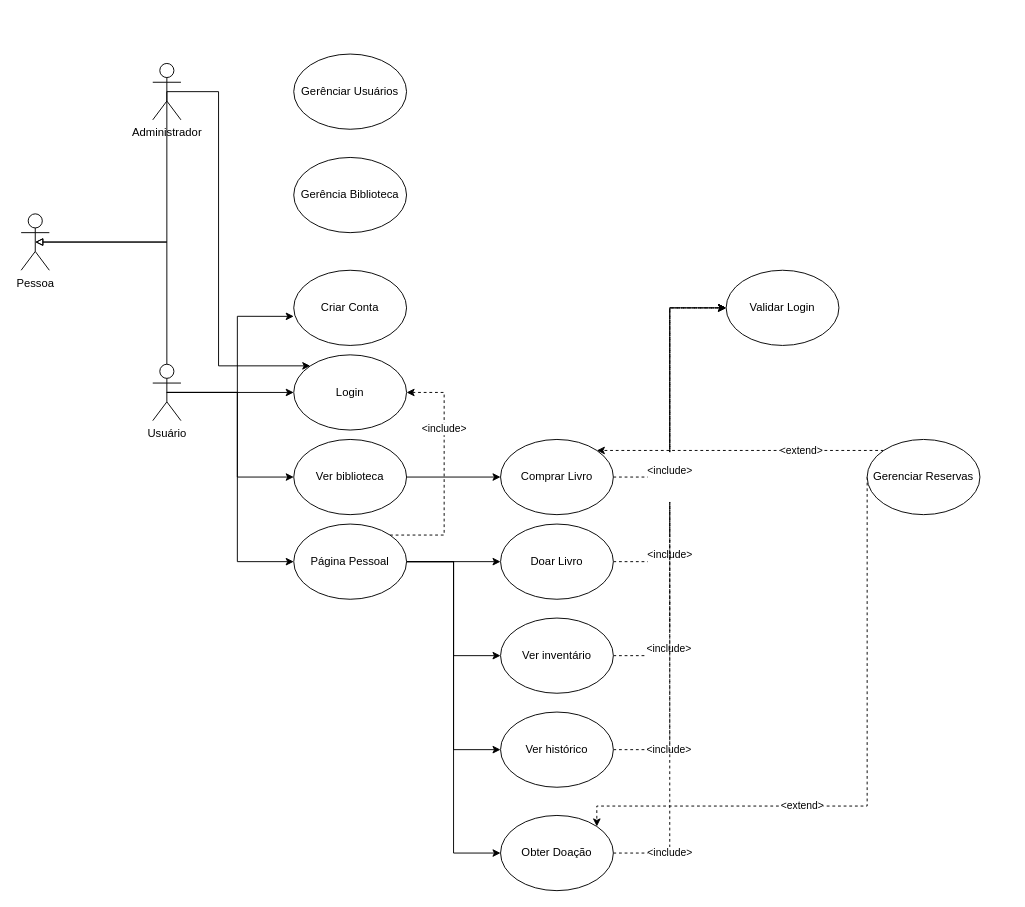
Earlier version of the draw.io diagram Diagrama sem nome.drawio (lucaspercisi/UFFS). Source tidied: cells renumbered, new cells numbered last; positions are measured from the earlier drawing's top-left corner, leaving out a move shared by most shapes. Both pictures are drawn from the tidied source at 94%, with x=0, y=0 at pixel (21, 54).
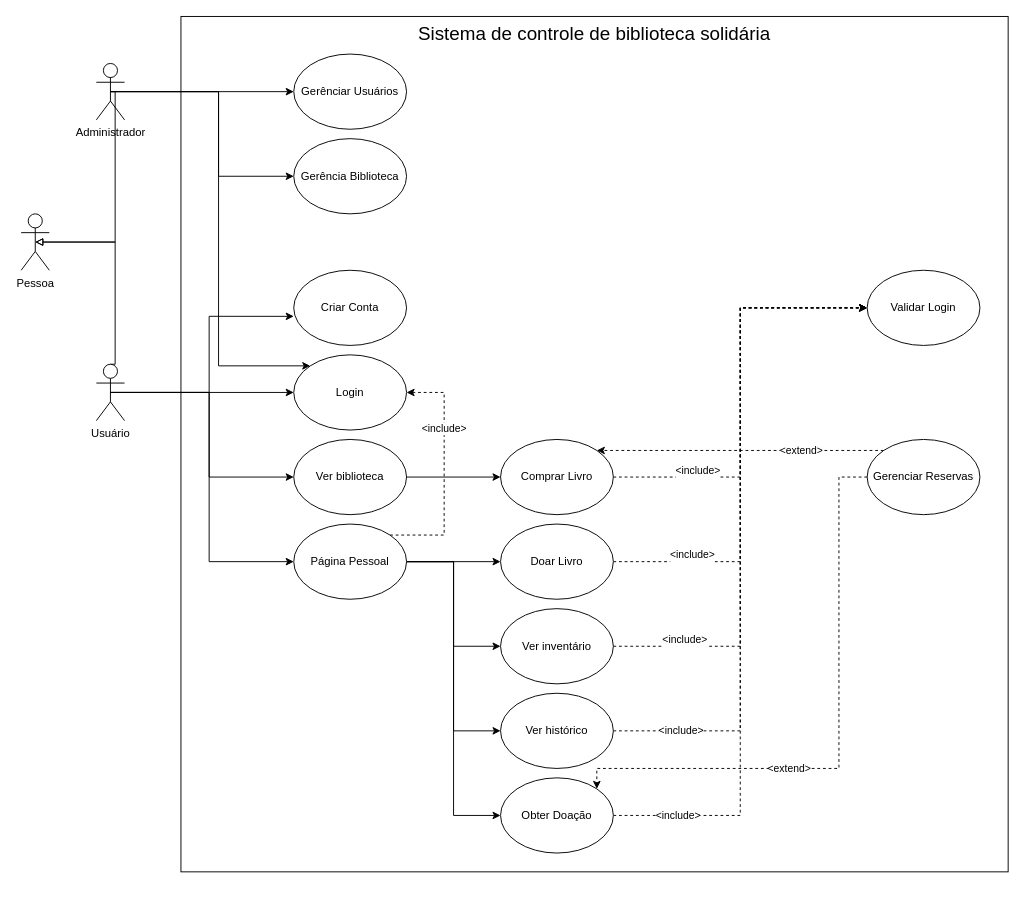
The same page after the edit.

Commit message:
Primeira conclusão

Unchanged cells that the change refers to:
```xml
<mxCell id="32" value="Gerenciar Reservas" style="ellipse;whiteSpace=wrap;html=1;" parent="1" vertex="1">
  <mxGeometry x="900" y="410" width="120" height="80" as="geometry" />
</mxCell>
<mxCell id="36" value="Pessoa" style="shape=umlActor;verticalLabelPosition=bottom;verticalAlign=top;html=1;outlineConnect=0;" parent="1" vertex="1">
  <mxGeometry y="170" width="30" height="60" as="geometry" />
</mxCell>
<mxCell id="38" value="Gerênciar Usuários" style="ellipse;whiteSpace=wrap;html=1;" parent="1" vertex="1">
  <mxGeometry x="290" width="120" height="80" as="geometry" />
</mxCell>
```

Change to the diagram source:
```diff
@@
     <mxCell id="6" style="edgeStyle=orthogonalEdgeStyle;rounded=0;jettySize=auto;html=1;exitX=0.5;exitY=0;exitDx=0;exitDy=0;exitPerimeter=0;entryX=0.5;entryY=0.5;entryDx=0;entryDy=0;entryPerimeter=0;endArrow=block;endFill=0;" parent="1" edge="1" source="7" target="36">
       <mxGeometry relative="1" as="geometry">
         <Array as="points">
-          <mxPoint x="155" y="200" />
+          <mxPoint x="100" y="330" />
+          <mxPoint x="100" y="200" />
         </Array>
       </mxGeometry>
     </mxCell>
     <mxCell id="7" value="Usuário" style="shape=umlActor;verticalLabelPosition=bottom;verticalAlign=top;html=1;outlineConnect=0;" parent="1" vertex="1">
-      <mxGeometry x="140" y="330" width="30" height="60" as="geometry" />
+      <mxGeometry x="80" y="330" width="30" height="60" as="geometry" />
     </mxCell>
@@
     <mxCell id="22" value="Ver inventário" style="ellipse;whiteSpace=wrap;html=1;" parent="1" vertex="1">
-      <mxGeometry x="510" y="600" width="120" height="80" as="geometry" />
+      <mxGeometry x="510" y="590" width="120" height="80" as="geometry" />
     </mxCell>
@@
     <mxCell id="24" value="Ver histórico" style="ellipse;whiteSpace=wrap;html=1;" parent="1" vertex="1">
-      <mxGeometry x="510" y="700" width="120" height="80" as="geometry" />
+      <mxGeometry x="510" y="680" width="120" height="80" as="geometry" />
     </mxCell>
     <mxCell id="25" value="Validar Login" style="ellipse;whiteSpace=wrap;html=1;" parent="1" vertex="1">
-      <mxGeometry x="750" y="230" width="120" height="80" as="geometry" />
+      <mxGeometry x="900" y="230" width="120" height="80" as="geometry" />
     </mxCell>
@@
     <mxCell id="27" value="Obter Doação" style="ellipse;whiteSpace=wrap;html=1;" parent="1" vertex="1">
-      <mxGeometry x="510" y="810" width="120" height="80" as="geometry" />
+      <mxGeometry x="510" y="770" width="120" height="80" as="geometry" />
     </mxCell>
@@
     <mxCell id="31" value="&amp;lt;extend&amp;gt;" style="edgeStyle=orthogonalEdgeStyle;rounded=0;jettySize=auto;html=1;exitX=0;exitY=0.5;exitDx=0;exitDy=0;entryX=1;entryY=0;entryDx=0;entryDy=0;dashed=1;" parent="1" edge="1" source="32" target="27">
       <mxGeometry x="0.27" relative="1" as="geometry">
         <Array as="points">
-          <mxPoint x="900" y="800" />
-          <mxPoint x="612" y="800" />
+          <mxPoint x="870" y="450" />
+          <mxPoint x="870" y="760" />
+          <mxPoint x="612" y="760" />
         </Array>
       </mxGeometry>
     </mxCell>
@@
     <mxCell id="33" style="edgeStyle=orthogonalEdgeStyle;rounded=0;jettySize=auto;html=1;exitX=0.5;exitY=0.5;exitDx=0;exitDy=0;exitPerimeter=0;entryX=0.5;entryY=0.5;entryDx=0;entryDy=0;entryPerimeter=0;endArrow=block;endFill=0;" parent="1" edge="1" source="35" target="36">
       <mxGeometry relative="1" as="geometry">
         <Array as="points">
-          <mxPoint x="155" y="200" />
+          <mxPoint x="100" y="40" />
+          <mxPoint x="100" y="200" />
         </Array>
       </mxGeometry>
     </mxCell>
@@
+    <mxCell id="39" style="edgeStyle=orthogonalEdgeStyle;rounded=0;jettySize=auto;html=1;exitX=0.5;exitY=0.5;exitDx=0;exitDy=0;exitPerimeter=0;endArrow=classic;endFill=1;" parent="1" edge="1" source="35" target="38">
+      <mxGeometry relative="1" as="geometry" />
+    </mxCell>
+    <mxCell id="40" style="edgeStyle=orthogonalEdgeStyle;rounded=0;jettySize=auto;html=1;exitX=0.5;exitY=0.5;exitDx=0;exitDy=0;exitPerimeter=0;entryX=0;entryY=0.5;entryDx=0;entryDy=0;endArrow=classic;endFill=1;" parent="1" edge="1" source="35" target="37">
+      <mxGeometry relative="1" as="geometry">
+        <Array as="points">
+          <mxPoint x="210" y="40" />
+          <mxPoint x="210" y="130" />
+        </Array>
+      </mxGeometry>
+    </mxCell>
     <mxCell id="35" value="Administrador" style="shape=umlActor;verticalLabelPosition=bottom;verticalAlign=top;html=1;outlineConnect=0;" parent="1" vertex="1">
-      <mxGeometry x="140" y="10" width="30" height="60" as="geometry" />
+      <mxGeometry x="80" y="10" width="30" height="60" as="geometry" />
     </mxCell>
@@
     <mxCell id="37" value="Gerência Biblioteca" style="ellipse;whiteSpace=wrap;html=1;" parent="1" vertex="1">
-      <mxGeometry x="290" y="110" width="120" height="80" as="geometry" />
+      <mxGeometry x="290" y="90" width="120" height="80" as="geometry" />
     </mxCell>
@@
+    <mxCell id="41" value="Sistema de controle de biblioteca solidária" style="rounded=0;whiteSpace=wrap;html=1;fillColor=none;verticalAlign=top;fontSize=20;" parent="1" vertex="1">
+      <mxGeometry x="170" y="-40" width="880" height="910" as="geometry" />
+    </mxCell>
```
